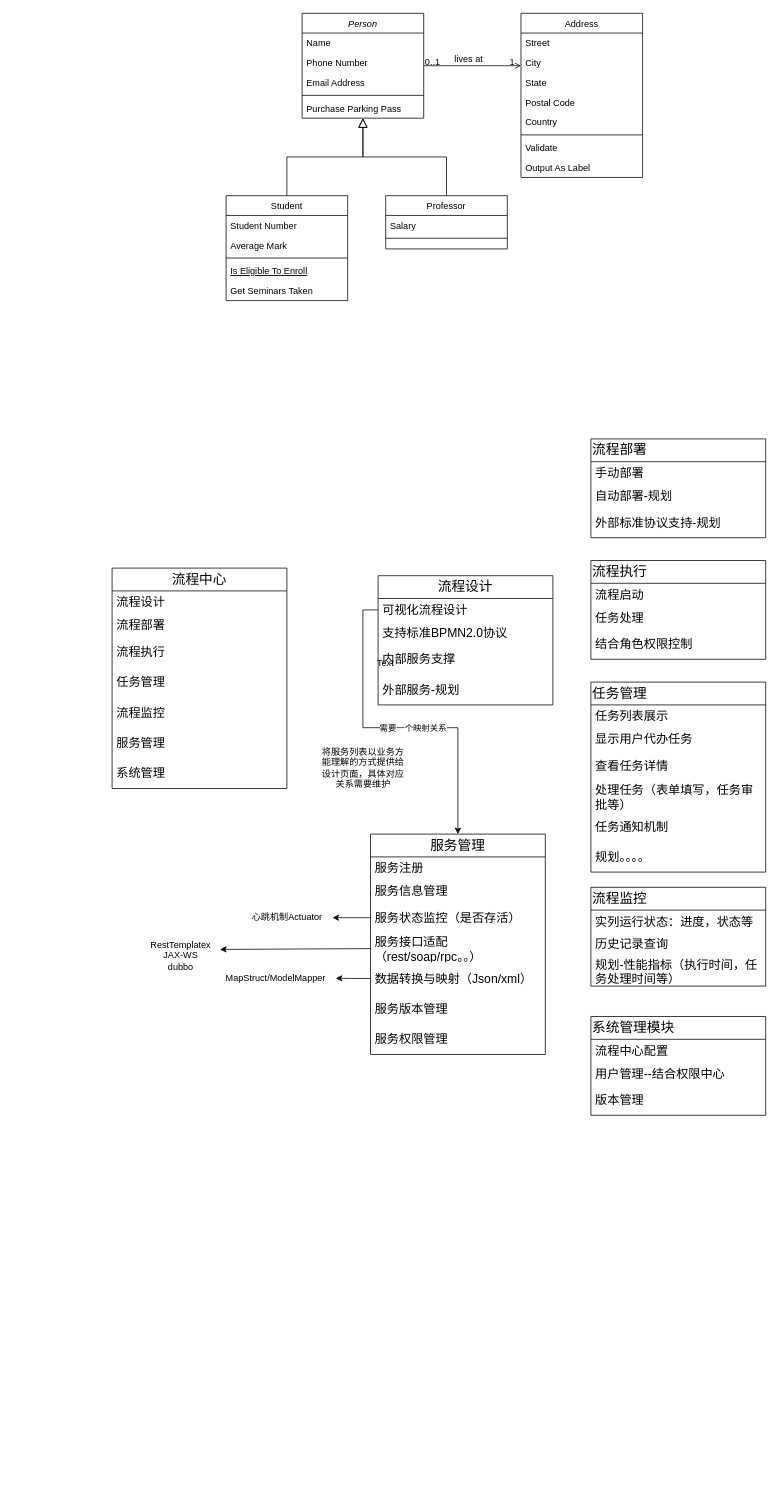
The draw.io diagram 未命名绘图.drawio in alvin-zj/MyUml, before the edit. Source tidied: cells renumbered, new cells numbered last; positions are measured from the earlier drawing's top-left corner, leaving out a move shared by most shapes. Both pictures are drawn from the tidied source at 76%, with x=0, y=0 at pixel (112, 13).
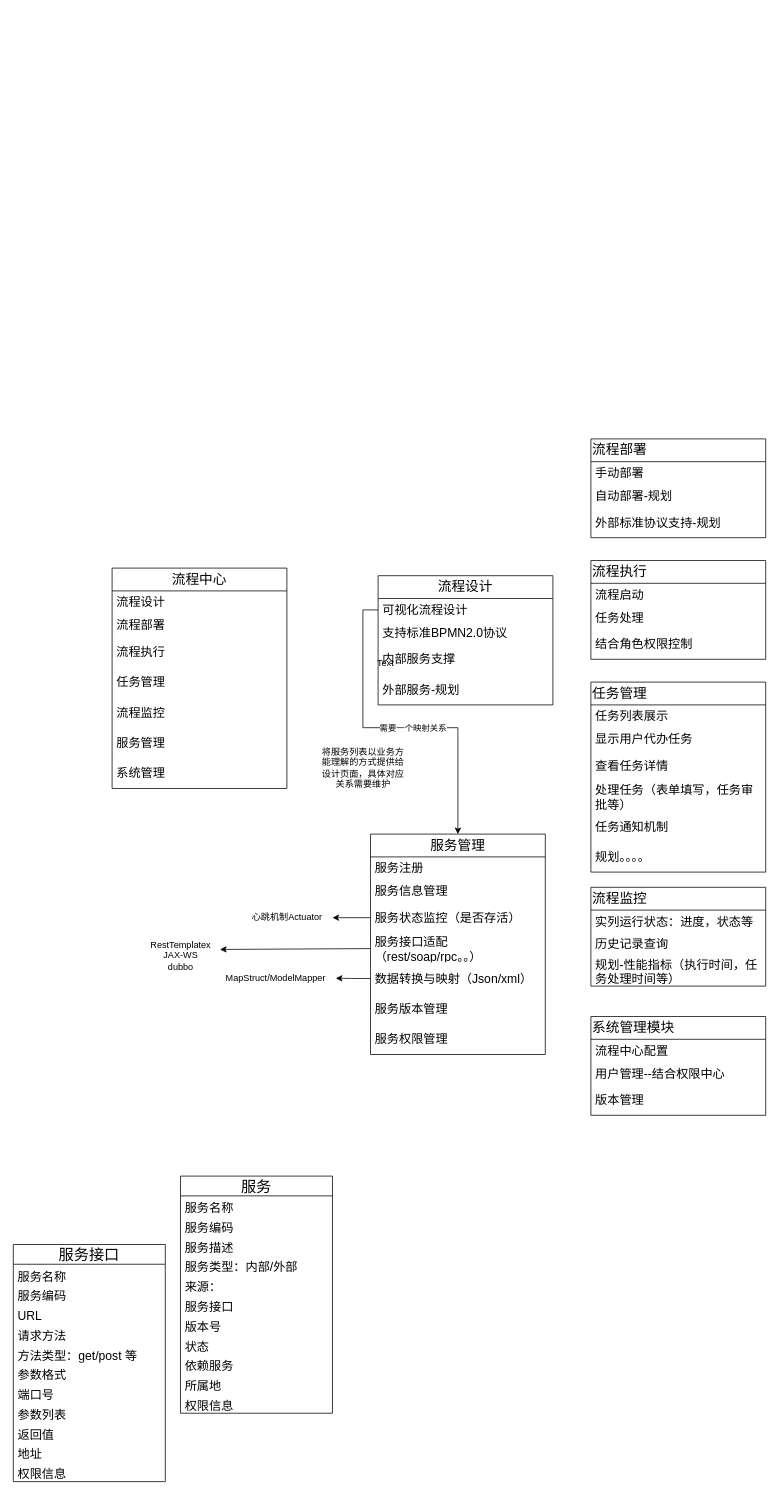
The same diagram, later.

Commit message:
更新未命名绘图.drawio

Change to the diagram source:
```diff
@@
-    <mxCell id="2" value="Person" style="swimlane;fontStyle=2;align=center;verticalAlign=top;horizontal=1;startSize=26;rounded=0;shadow=0;strokeWidth=1;" parent="1" vertex="1">
-      <mxGeometry x="250" width="160" height="138" as="geometry" />
-    </mxCell>
-    <mxCell id="3" value="Name" style="text;align=left;verticalAlign=top;spacingLeft=4;spacingRight=4;overflow=hidden;" parent="2" vertex="1">
-      <mxGeometry y="26" width="160" height="26" as="geometry" />
-    </mxCell>
-    <mxCell id="4" value="Phone Number" style="text;align=left;verticalAlign=top;spacingLeft=4;spacingRight=4;overflow=hidden;rounded=0;shadow=0;html=0;" parent="2" vertex="1">
-      <mxGeometry y="52" width="160" height="26" as="geometry" />
-    </mxCell>
-    <mxCell id="5" value="Email Address" style="text;align=left;verticalAlign=top;spacingLeft=4;spacingRight=4;overflow=hidden;rounded=0;shadow=0;html=0;" parent="2" vertex="1">
-      <mxGeometry y="78" width="160" height="26" as="geometry" />
-    </mxCell>
-    <mxCell id="6" style="line;html=1;strokeWidth=1;align=left;verticalAlign=middle;spacingTop=-1;spacingLeft=3;spacingRight=3;labelPosition=right;" parent="2" vertex="1">
-      <mxGeometry y="104" width="160" height="8" as="geometry" />
-    </mxCell>
-    <mxCell id="7" value="Purchase Parking Pass" style="text;align=left;verticalAlign=top;spacingLeft=4;spacingRight=4;overflow=hidden;" parent="2" vertex="1">
-      <mxGeometry y="112" width="160" height="26" as="geometry" />
-    </mxCell>
-    <mxCell id="8" value="Student" style="swimlane;fontStyle=0;align=center;verticalAlign=top;horizontal=1;startSize=26;rounded=0;shadow=0;strokeWidth=1;" parent="1" vertex="1">
-      <mxGeometry x="150" y="240" width="160" height="138" as="geometry" />
-    </mxCell>
-    <mxCell id="9" value="Student Number" style="text;align=left;verticalAlign=top;spacingLeft=4;spacingRight=4;overflow=hidden;" parent="8" vertex="1">
-      <mxGeometry y="26" width="160" height="26" as="geometry" />
-    </mxCell>
-    <mxCell id="10" value="Average Mark" style="text;align=left;verticalAlign=top;spacingLeft=4;spacingRight=4;overflow=hidden;rounded=0;shadow=0;html=0;" parent="8" vertex="1">
-      <mxGeometry y="52" width="160" height="26" as="geometry" />
-    </mxCell>
-    <mxCell id="11" style="line;html=1;strokeWidth=1;align=left;verticalAlign=middle;spacingTop=-1;spacingLeft=3;spacingRight=3;labelPosition=right;" parent="8" vertex="1">
-      <mxGeometry y="78" width="160" height="8" as="geometry" />
-    </mxCell>
-    <mxCell id="12" value="Is Eligible To Enroll" style="text;align=left;verticalAlign=top;spacingLeft=4;spacingRight=4;overflow=hidden;fontStyle=4;" parent="8" vertex="1">
-      <mxGeometry y="86" width="160" height="26" as="geometry" />
-    </mxCell>
-    <mxCell id="13" value="Get Seminars Taken" style="text;align=left;verticalAlign=top;spacingLeft=4;spacingRight=4;overflow=hidden;" parent="8" vertex="1">
-      <mxGeometry y="112" width="160" height="26" as="geometry" />
-    </mxCell>
-    <mxCell id="14" style="endArrow=block;endSize=10;endFill=0;shadow=0;strokeWidth=1;rounded=0;curved=0;edgeStyle=elbowEdgeStyle;elbow=vertical;" parent="1" edge="1" source="8" target="2">
-      <mxGeometry relative="1" as="geometry" />
-    </mxCell>
-    <mxCell id="15" value="Professor" style="swimlane;fontStyle=0;align=center;verticalAlign=top;horizontal=1;startSize=26;rounded=0;shadow=0;strokeWidth=1;" parent="1" vertex="1">
-      <mxGeometry x="360" y="240" width="160" height="70" as="geometry" />
-    </mxCell>
-    <mxCell id="16" value="Salary" style="text;align=left;verticalAlign=top;spacingLeft=4;spacingRight=4;overflow=hidden;" parent="15" vertex="1">
-      <mxGeometry y="26" width="160" height="26" as="geometry" />
-    </mxCell>
-    <mxCell id="17" style="line;html=1;strokeWidth=1;align=left;verticalAlign=middle;spacingTop=-1;spacingLeft=3;spacingRight=3;labelPosition=right;" parent="15" vertex="1">
-      <mxGeometry y="52" width="160" height="8" as="geometry" />
-    </mxCell>
-    <mxCell id="18" style="endArrow=block;endSize=10;endFill=0;shadow=0;strokeWidth=1;rounded=0;curved=0;edgeStyle=elbowEdgeStyle;elbow=vertical;" parent="1" edge="1" source="15" target="2">
-      <mxGeometry relative="1" as="geometry" />
-    </mxCell>
-    <mxCell id="19" value="Address" style="swimlane;fontStyle=0;align=center;verticalAlign=top;horizontal=1;startSize=26;rounded=0;shadow=0;strokeWidth=1;" parent="1" vertex="1">
-      <mxGeometry x="538" width="160" height="216" as="geometry" />
-    </mxCell>
-    <mxCell id="20" value="Street" style="text;align=left;verticalAlign=top;spacingLeft=4;spacingRight=4;overflow=hidden;" parent="19" vertex="1">
-      <mxGeometry y="26" width="160" height="26" as="geometry" />
-    </mxCell>
-    <mxCell id="21" value="City" style="text;align=left;verticalAlign=top;spacingLeft=4;spacingRight=4;overflow=hidden;rounded=0;shadow=0;html=0;" parent="19" vertex="1">
-      <mxGeometry y="52" width="160" height="26" as="geometry" />
-    </mxCell>
-    <mxCell id="22" value="State" style="text;align=left;verticalAlign=top;spacingLeft=4;spacingRight=4;overflow=hidden;rounded=0;shadow=0;html=0;" parent="19" vertex="1">
-      <mxGeometry y="78" width="160" height="26" as="geometry" />
-    </mxCell>
-    <mxCell id="23" value="Postal Code" style="text;align=left;verticalAlign=top;spacingLeft=4;spacingRight=4;overflow=hidden;rounded=0;shadow=0;html=0;" parent="19" vertex="1">
-      <mxGeometry y="104" width="160" height="26" as="geometry" />
-    </mxCell>
-    <mxCell id="24" value="Country" style="text;align=left;verticalAlign=top;spacingLeft=4;spacingRight=4;overflow=hidden;rounded=0;shadow=0;html=0;" parent="19" vertex="1">
-      <mxGeometry y="130" width="160" height="26" as="geometry" />
-    </mxCell>
-    <mxCell id="25" style="line;html=1;strokeWidth=1;align=left;verticalAlign=middle;spacingTop=-1;spacingLeft=3;spacingRight=3;labelPosition=right;" parent="19" vertex="1">
-      <mxGeometry y="156" width="160" height="8" as="geometry" />
-    </mxCell>
-    <mxCell id="26" value="Validate" style="text;align=left;verticalAlign=top;spacingLeft=4;spacingRight=4;overflow=hidden;" parent="19" vertex="1">
-      <mxGeometry y="164" width="160" height="26" as="geometry" />
-    </mxCell>
-    <mxCell id="27" value="Output As Label" style="text;align=left;verticalAlign=top;spacingLeft=4;spacingRight=4;overflow=hidden;" parent="19" vertex="1">
-      <mxGeometry y="190" width="160" height="26" as="geometry" />
-    </mxCell>
-    <mxCell id="28" style="endArrow=open;shadow=0;strokeWidth=1;rounded=0;curved=0;endFill=1;edgeStyle=elbowEdgeStyle;elbow=vertical;" parent="1" edge="1" source="2" target="19">
-      <mxGeometry x="0.5" y="41" relative="1" as="geometry">
-        <mxPoint x="-40" y="32" as="offset" />
-      </mxGeometry>
-    </mxCell>
-    <mxCell id="29" value="0..1" style="align=left;verticalAlign=bottom;labelBackgroundColor=none;fontSize=12;" parent="28" vertex="1">
-      <mxGeometry x="-1" relative="1" as="geometry">
-        <mxPoint y="4" as="offset" />
-      </mxGeometry>
-    </mxCell>
-    <mxCell id="30" value="1" style="align=right;verticalAlign=bottom;labelBackgroundColor=none;fontSize=12;" parent="28" vertex="1">
-      <mxGeometry x="1" relative="1" as="geometry">
-        <mxPoint x="-7" y="4" as="offset" />
-      </mxGeometry>
-    </mxCell>
-    <mxCell id="31" value="lives at" style="text;html=1;align=center;verticalAlign=middle;labelBackgroundColor=none;rounded=0;shadow=0;strokeWidth=1;fontSize=12;" parent="28" vertex="1">
-      <mxGeometry x="0.5" y="49" relative="1" as="geometry">
-        <mxPoint x="-38" y="40" as="offset" />
-      </mxGeometry>
-    </mxCell>
@@
+    <mxCell id="86" value="服务" style="swimlane;fontStyle=0;horizontal=1;startSize=26;fillColor=none;whiteSpace=wrap;html=1;fontSize=20;" parent="1" vertex="1">
+      <mxGeometry x="90" y="1530" width="200" height="312" as="geometry" />
+    </mxCell>
+    <mxCell id="87" value="服务名称" style="text;strokeColor=none;fillColor=none;align=left;verticalAlign=top;spacingLeft=4;spacingRight=4;overflow=hidden;whiteSpace=wrap;html=1;fontSize=16;" parent="86" vertex="1">
+      <mxGeometry y="26" width="200" height="26" as="geometry" />
+    </mxCell>
+    <mxCell id="88" value="服务编码" style="text;strokeColor=none;fillColor=none;align=left;verticalAlign=top;spacingLeft=4;spacingRight=4;overflow=hidden;whiteSpace=wrap;html=1;fontSize=16;" parent="86" vertex="1">
+      <mxGeometry y="52" width="200" height="26" as="geometry" />
+    </mxCell>
+    <mxCell id="89" value="服务描述" style="text;strokeColor=none;fillColor=none;align=left;verticalAlign=top;spacingLeft=4;spacingRight=4;overflow=hidden;whiteSpace=wrap;html=1;fontSize=16;" parent="86" vertex="1">
+      <mxGeometry y="78" width="200" height="26" as="geometry" />
+    </mxCell>
+    <mxCell id="90" value="服务类型：内部/外部" style="text;strokeColor=none;fillColor=none;align=left;verticalAlign=top;spacingLeft=4;spacingRight=4;overflow=hidden;whiteSpace=wrap;html=1;fontSize=16;" parent="86" vertex="1">
+      <mxGeometry y="104" width="200" height="26" as="geometry" />
+    </mxCell>
+    <mxCell id="91" value="来源：" style="text;strokeColor=none;fillColor=none;align=left;verticalAlign=top;spacingLeft=4;spacingRight=4;overflow=hidden;whiteSpace=wrap;html=1;fontSize=16;" parent="86" vertex="1">
+      <mxGeometry y="130" width="200" height="26" as="geometry" />
+    </mxCell>
+    <mxCell id="92" value="服务接口" style="text;strokeColor=none;fillColor=none;align=left;verticalAlign=top;spacingLeft=4;spacingRight=4;overflow=hidden;whiteSpace=wrap;html=1;fontSize=16;" parent="86" vertex="1">
+      <mxGeometry y="156" width="200" height="26" as="geometry" />
+    </mxCell>
+    <mxCell id="93" value="版本号" style="text;strokeColor=none;fillColor=none;align=left;verticalAlign=top;spacingLeft=4;spacingRight=4;overflow=hidden;whiteSpace=wrap;html=1;fontSize=16;" parent="86" vertex="1">
+      <mxGeometry y="182" width="200" height="26" as="geometry" />
+    </mxCell>
+    <mxCell id="94" value="状态" style="text;strokeColor=none;fillColor=none;align=left;verticalAlign=top;spacingLeft=4;spacingRight=4;overflow=hidden;whiteSpace=wrap;html=1;fontSize=16;" parent="86" vertex="1">
+      <mxGeometry y="208" width="200" height="26" as="geometry" />
+    </mxCell>
+    <mxCell id="95" value="依赖服务" style="text;strokeColor=none;fillColor=none;align=left;verticalAlign=top;spacingLeft=4;spacingRight=4;overflow=hidden;whiteSpace=wrap;html=1;fontSize=16;" parent="86" vertex="1">
+      <mxGeometry y="234" width="200" height="26" as="geometry" />
+    </mxCell>
+    <mxCell id="96" value="所属地" style="text;strokeColor=none;fillColor=none;align=left;verticalAlign=top;spacingLeft=4;spacingRight=4;overflow=hidden;whiteSpace=wrap;html=1;fontSize=16;" parent="86" vertex="1">
+      <mxGeometry y="260" width="200" height="26" as="geometry" />
+    </mxCell>
+    <mxCell id="97" value="权限信息" style="text;strokeColor=none;fillColor=none;align=left;verticalAlign=top;spacingLeft=4;spacingRight=4;overflow=hidden;whiteSpace=wrap;html=1;fontSize=16;" parent="86" vertex="1">
+      <mxGeometry y="286" width="200" height="26" as="geometry" />
+    </mxCell>
+    <mxCell id="98" value="服务接口" style="swimlane;fontStyle=0;horizontal=1;startSize=26;fillColor=none;whiteSpace=wrap;html=1;fontSize=20;" parent="1" vertex="1">
+      <mxGeometry x="-130" y="1620" width="200" height="312" as="geometry" />
+    </mxCell>
+    <mxCell id="99" value="服务名称" style="text;strokeColor=none;fillColor=none;align=left;verticalAlign=top;spacingLeft=4;spacingRight=4;overflow=hidden;whiteSpace=wrap;html=1;fontSize=16;" parent="98" vertex="1">
+      <mxGeometry y="26" width="200" height="26" as="geometry" />
+    </mxCell>
+    <mxCell id="100" value="服务编码" style="text;strokeColor=none;fillColor=none;align=left;verticalAlign=top;spacingLeft=4;spacingRight=4;overflow=hidden;whiteSpace=wrap;html=1;fontSize=16;" parent="98" vertex="1">
+      <mxGeometry y="52" width="200" height="26" as="geometry" />
+    </mxCell>
+    <mxCell id="101" value="URL" style="text;strokeColor=none;fillColor=none;align=left;verticalAlign=top;spacingLeft=4;spacingRight=4;overflow=hidden;whiteSpace=wrap;html=1;fontSize=16;" parent="98" vertex="1">
+      <mxGeometry y="78" width="200" height="26" as="geometry" />
+    </mxCell>
+    <mxCell id="102" value="请求方法" style="text;strokeColor=none;fillColor=none;align=left;verticalAlign=top;spacingLeft=4;spacingRight=4;overflow=hidden;whiteSpace=wrap;html=1;fontSize=16;" parent="98" vertex="1">
+      <mxGeometry y="104" width="200" height="26" as="geometry" />
+    </mxCell>
+    <mxCell id="103" value="方法类型：get/post 等" style="text;strokeColor=none;fillColor=none;align=left;verticalAlign=top;spacingLeft=4;spacingRight=4;overflow=hidden;whiteSpace=wrap;html=1;fontSize=16;" parent="98" vertex="1">
+      <mxGeometry y="130" width="200" height="26" as="geometry" />
+    </mxCell>
+    <mxCell id="104" value="参数格式" style="text;strokeColor=none;fillColor=none;align=left;verticalAlign=top;spacingLeft=4;spacingRight=4;overflow=hidden;whiteSpace=wrap;html=1;fontSize=16;" parent="98" vertex="1">
+      <mxGeometry y="156" width="200" height="26" as="geometry" />
+    </mxCell>
+    <mxCell id="105" value="端口号" style="text;strokeColor=none;fillColor=none;align=left;verticalAlign=top;spacingLeft=4;spacingRight=4;overflow=hidden;whiteSpace=wrap;html=1;fontSize=16;" parent="98" vertex="1">
+      <mxGeometry y="182" width="200" height="26" as="geometry" />
+    </mxCell>
+    <mxCell id="106" value="参数列表" style="text;strokeColor=none;fillColor=none;align=left;verticalAlign=top;spacingLeft=4;spacingRight=4;overflow=hidden;whiteSpace=wrap;html=1;fontSize=16;" parent="98" vertex="1">
+      <mxGeometry y="208" width="200" height="26" as="geometry" />
+    </mxCell>
+    <mxCell id="107" value="返回值" style="text;strokeColor=none;fillColor=none;align=left;verticalAlign=top;spacingLeft=4;spacingRight=4;overflow=hidden;whiteSpace=wrap;html=1;fontSize=16;" parent="98" vertex="1">
+      <mxGeometry y="234" width="200" height="26" as="geometry" />
+    </mxCell>
+    <mxCell id="108" value="地址" style="text;strokeColor=none;fillColor=none;align=left;verticalAlign=top;spacingLeft=4;spacingRight=4;overflow=hidden;whiteSpace=wrap;html=1;fontSize=16;" parent="98" vertex="1">
+      <mxGeometry y="260" width="200" height="26" as="geometry" />
+    </mxCell>
+    <mxCell id="109" value="权限信息" style="text;strokeColor=none;fillColor=none;align=left;verticalAlign=top;spacingLeft=4;spacingRight=4;overflow=hidden;whiteSpace=wrap;html=1;fontSize=16;" parent="98" vertex="1">
+      <mxGeometry y="286" width="200" height="26" as="geometry" />
+    </mxCell>
```
